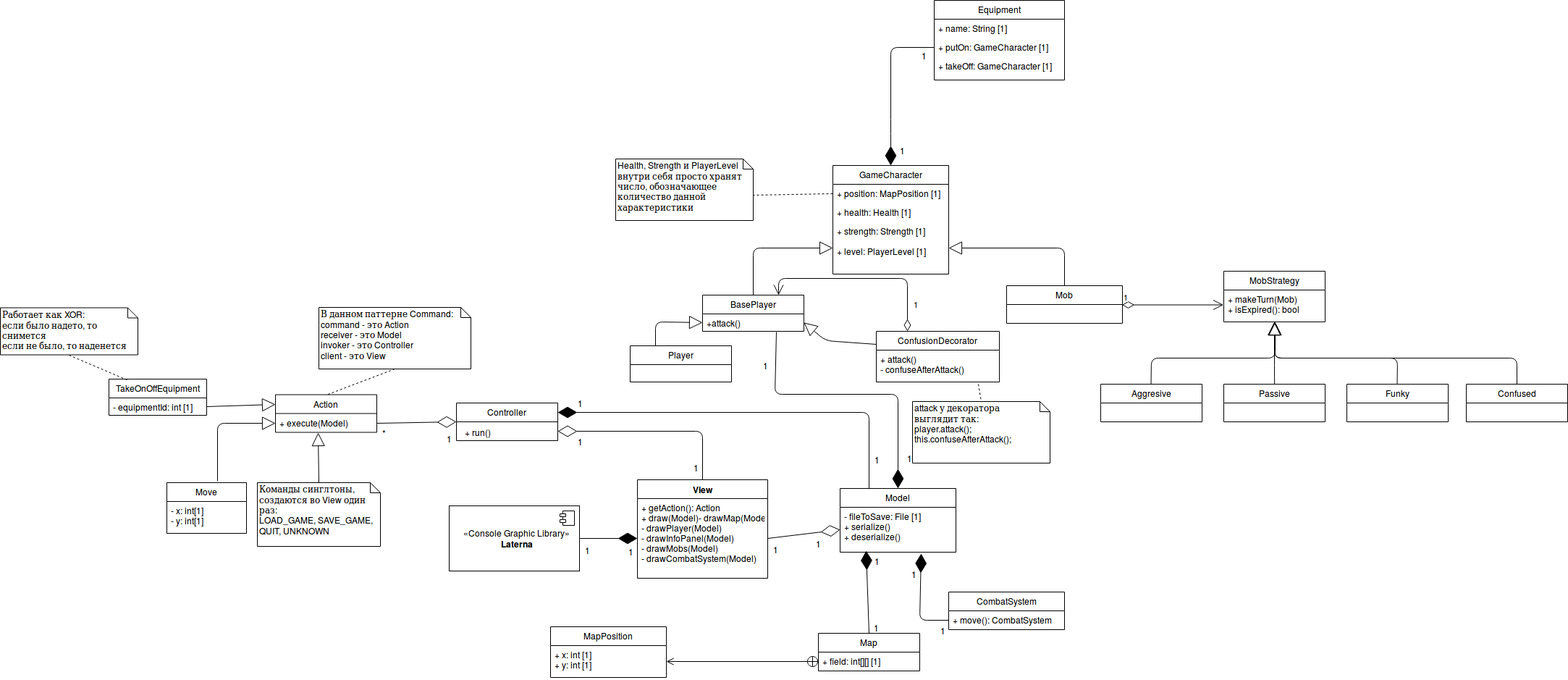
RamSaw/SoftwareDesign keeps this draw.io diagram as hw06/ClassDiagram.png. Above is the earlier version. Source tidied: cells renumbered, new cells last; positions are measured from the earlier drawing's top-left corner, leaving out a move shared by most shapes.
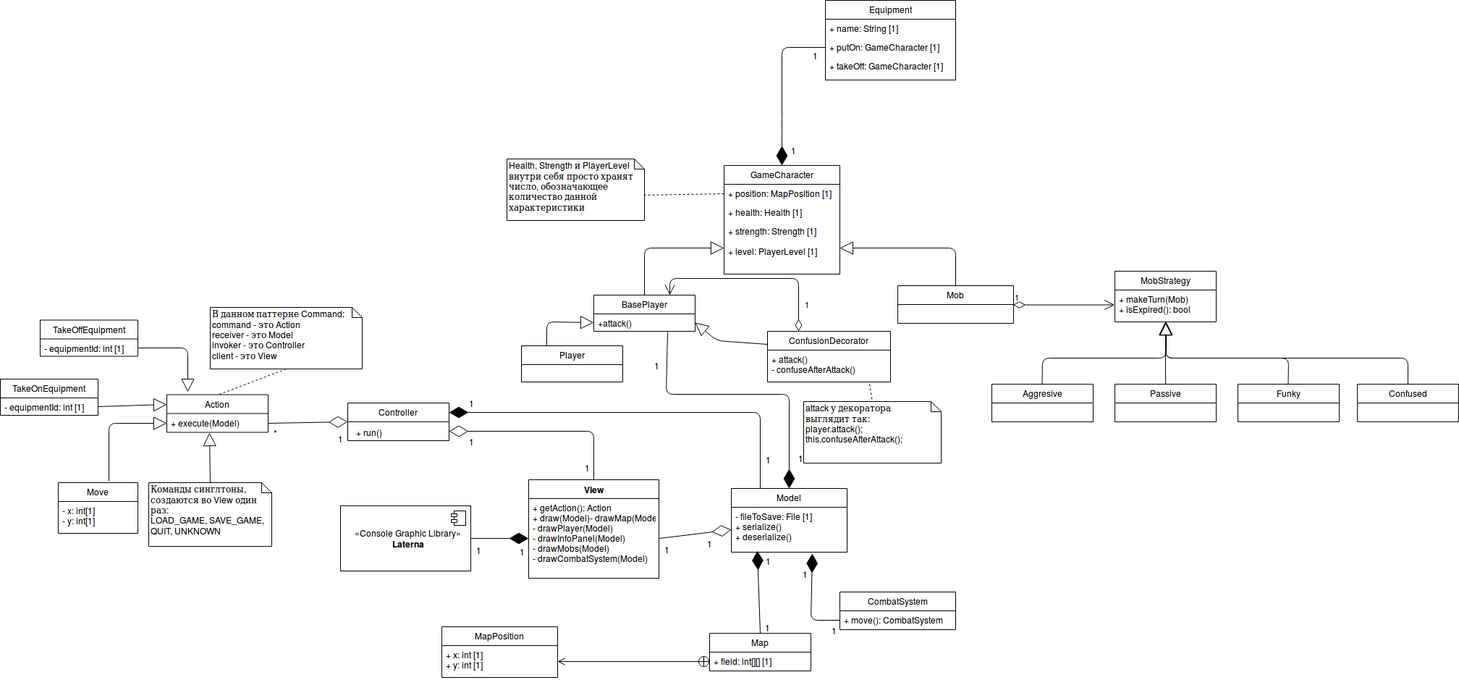
After the change.

Diff of the diagram source:
```diff
@@ -373,20 +373,27 @@
     <mxCell id="86" style="endArrow=block;endSize=16;endFill=0;html=1;entryX=0;entryY=0.25;entryDx=0;entryDy=0;exitX=1;exitY=0.5;exitDx=0;exitDy=0;" parent="1" edge="1" source="88" target="74">
       <mxGeometry relative="1" as="geometry" />
     </mxCell>
-    <mxCell id="87" value="TakeOnOffEquipment" style="swimlane;fontStyle=0;horizontal=1;startSize=26;fillColor=none;" parent="1" vertex="1">
+    <mxCell id="87" value="TakeOnEquipment" style="swimlane;fontStyle=0;horizontal=1;startSize=26;fillColor=none;" parent="1" vertex="1">
       <mxGeometry x="150" y="523" width="135" height="50" as="geometry" />
     </mxCell>
     <mxCell id="88" value="- equipmentId: int [1]" style="text;strokeColor=none;fillColor=none;align=left;verticalAlign=top;spacingLeft=4;spacingRight=4;overflow=hidden;points=[[0,0.5],[1,0.5]];portConstraint=eastwest;" parent="87" vertex="1">
       <mxGeometry y="26" width="135" height="24" as="geometry" />
     </mxCell>
-    <mxCell id="89" value="&lt;div&gt;Работает как XOR:&lt;/div&gt;&lt;div&gt;если было надето, то снимется&lt;/div&gt;&lt;div&gt;если не было, то наденется&lt;br&gt;&lt;/div&gt;" style="shape=note;whiteSpace=wrap;html=1;size=14;verticalAlign=top;align=left;spacingTop=-6;" parent="1" vertex="1">
-      <mxGeometry y="424.5" width="190" height="65" as="geometry" />
-    </mxCell>
-    <mxCell id="90" style="endArrow=none;dashed=1;html=1;entryX=0.2;entryY=0.04;entryDx=0;entryDy=0;exitX=0.5;exitY=1;exitDx=0;exitDy=0;exitPerimeter=0;entryPerimeter=0;" parent="1" edge="1" source="89" target="87">
-      <mxGeometry relative="1" as="geometry" />
-    </mxCell>
     <mxCell id="91" value="+ run()" style="text;html=1;align=left;verticalAlign=top;spacingTop=-4;" parent="1" vertex="1">
       <mxGeometry x="640" y="586.5" width="50" height="20" as="geometry" />
     </mxCell>
+    <mxCell id="92" value="TakeOffEquipment" style="swimlane;fontStyle=0;horizontal=1;startSize=26;fillColor=none;" parent="1" vertex="1">
+      <mxGeometry x="205" y="441.5" width="135" height="50" as="geometry" />
+    </mxCell>
+    <mxCell id="93" value="- equipmentId: int [1]" style="text;strokeColor=none;fillColor=none;align=left;verticalAlign=top;spacingLeft=4;spacingRight=4;overflow=hidden;points=[[0,0.5],[1,0.5]];portConstraint=eastwest;" parent="92" vertex="1">
+      <mxGeometry y="26" width="135" height="24" as="geometry" />
+    </mxCell>
+    <mxCell id="94" style="endArrow=block;endSize=16;endFill=0;html=1;entryX=0.207;entryY=-0.067;entryDx=0;entryDy=0;exitX=1;exitY=0.5;exitDx=0;exitDy=0;entryPerimeter=0;" parent="1" edge="1" source="93" target="74">
+      <mxGeometry relative="1" as="geometry">
+        <Array as="points">
+          <mxPoint x="409" y="480" />
+        </Array>
+      </mxGeometry>
+    </mxCell>
   </root>
 </mxGraphModel>
```
